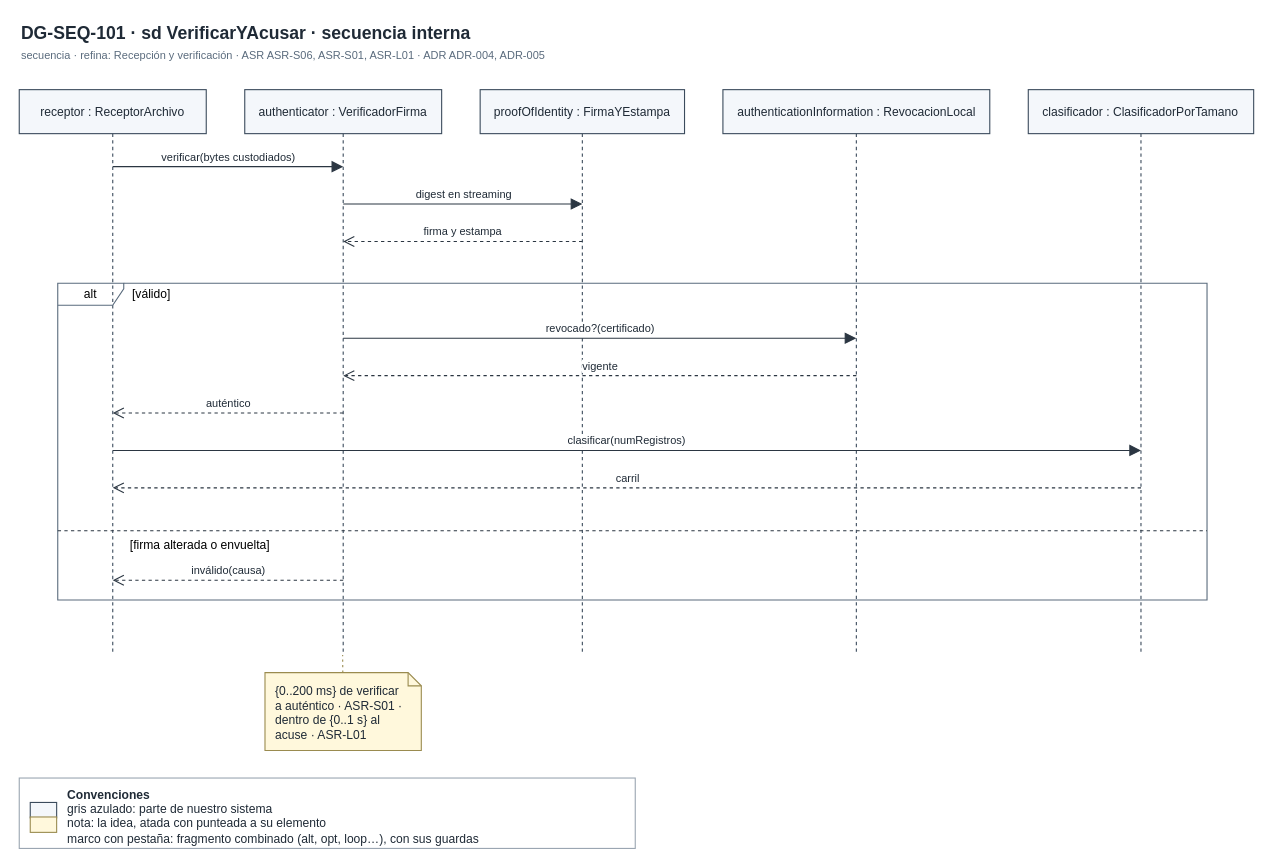
The draw.io diagram page "DG-SEQ-101 · Recepción y verificación (secuencia interna)" (20 of 26) of docs/modelos/drawio/orquidea.drawio in MATI-MBIT/arqsoft-reto-4, before the edit. Source tidied: cells renumbered, new cells numbered last; positions are measured from the earlier drawing's top-left corner, leaving out a move shared by most shapes. Both pictures are drawn from the tidied source at 110%, with x=0, y=0 at pixel (19, 19).
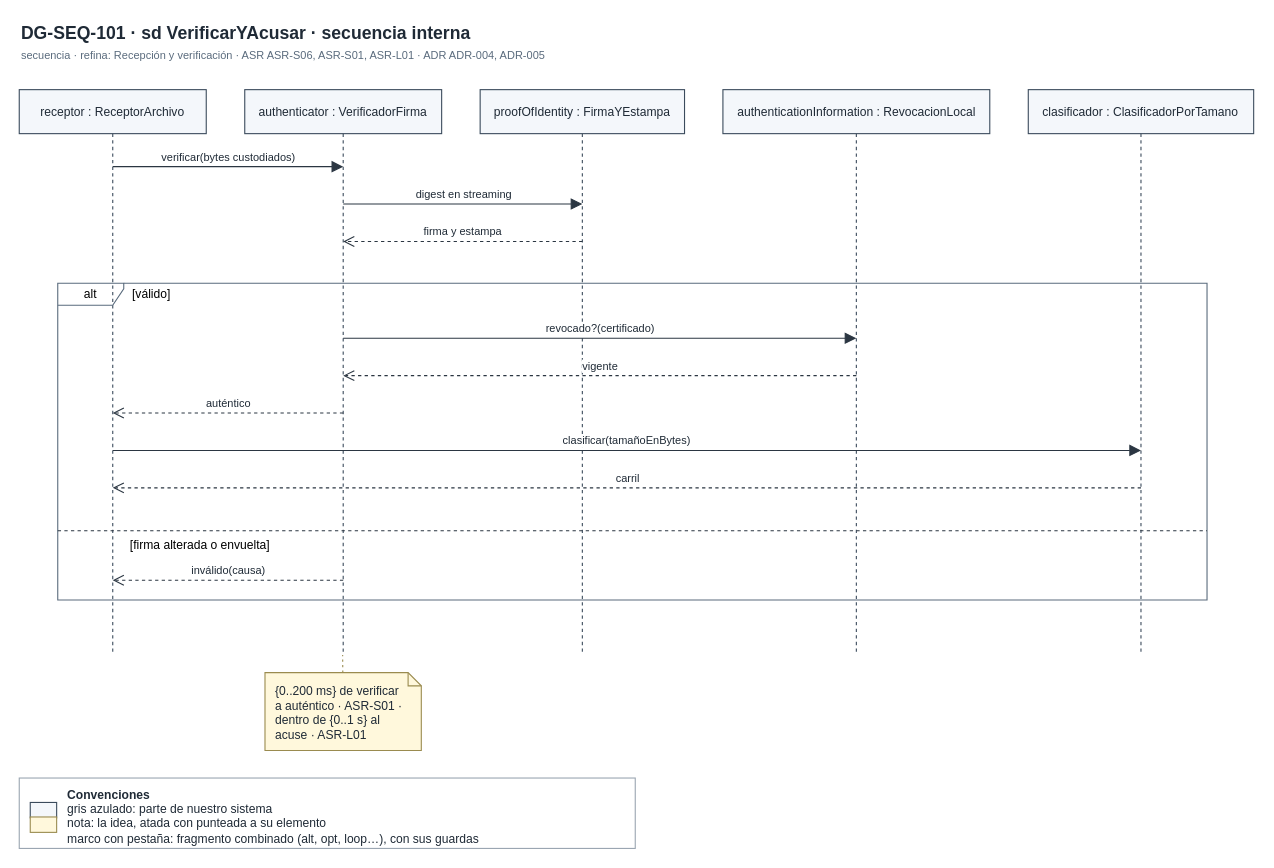
Above is the later version.

Unchanged cells that the change refers to:
```xml
<mxCell id="4" value="receptor : ReceptorArchivo" style="shape=umlLifeline;perimeter=lifelinePerimeter;whiteSpace=wrap;html=1;outlineConnect=0;portConstraint=eastwest;size=40;fontSize=11;fillColor=#F4F7FB;strokeColor=#3B4B5C;fila=T1;fontColor=#1F2A36;" parent="1" vertex="1">
  <mxGeometry y="64" width="170" height="514" as="geometry" />
</mxCell>
<mxCell id="8" value="clasificador : ClasificadorPorTamano" style="shape=umlLifeline;perimeter=lifelinePerimeter;whiteSpace=wrap;html=1;outlineConnect=0;portConstraint=eastwest;size=40;fontSize=11;fillColor=#F4F7FB;strokeColor=#3B4B5C;fila=T1;fontColor=#1F2A36;" parent="1" vertex="1">
  <mxGeometry x="917.3" y="64" width="204.9" height="514" as="geometry" />
</mxCell>
```

What changed in the source:
```diff
@@
-    <mxCell id="19" value="clasificar(numRegistros)" style="html=1;verticalAlign=bottom;endArrow=block;endFill=1;endSize=8;rounded=0;fontSize=10;labelBackgroundColor=#FFFFFF;strokeColor=#2B3642;fontColor=#1F2A36;exitX=0.5;exitY=0.6381;exitDx=0;exitDy=0;exitPerimeter=0;entryX=0.5;entryY=0.6381;entryDx=0;entryDy=0;entryPerimeter=0;" parent="1" edge="1" source="4" target="8">
+    <mxCell id="19" value="clasificar(tamañoEnBytes)" style="html=1;verticalAlign=bottom;endArrow=block;endFill=1;endSize=8;rounded=0;fontSize=10;labelBackgroundColor=#FFFFFF;strokeColor=#2B3642;fontColor=#1F2A36;exitX=0.5;exitY=0.6381;exitDx=0;exitDy=0;exitPerimeter=0;entryX=0.5;entryY=0.6381;entryDx=0;entryDy=0;entryPerimeter=0;" parent="1" edge="1" source="4" target="8">
       <mxGeometry relative="1" as="geometry" />
     </mxCell>
```
